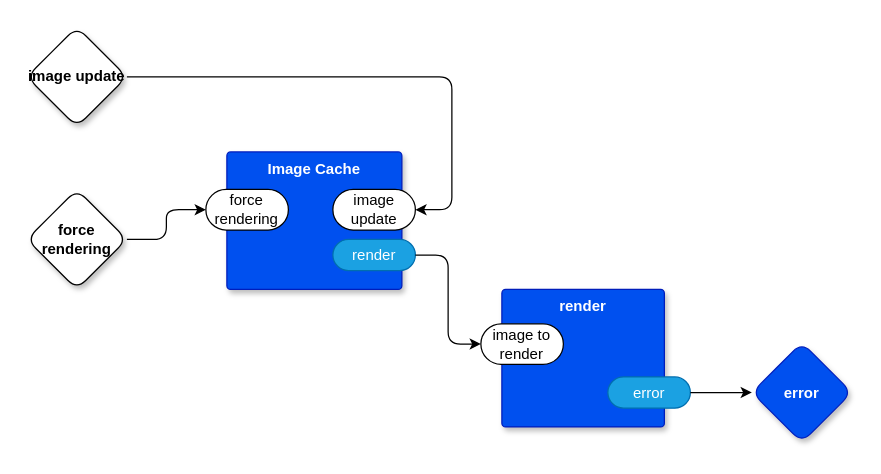
This is page "viewer" (2 of 2) of kartik.drawio from guitarvydas/kartik, a draw.io file, before an edit. Source tidied: cells renumbered, new cells numbered last; positions are measured from the earlier drawing's top-left corner, leaving out a move shared by most shapes. Both pictures are drawn from the tidied source at 125%, with x=0, y=0 at pixel (26, 26).
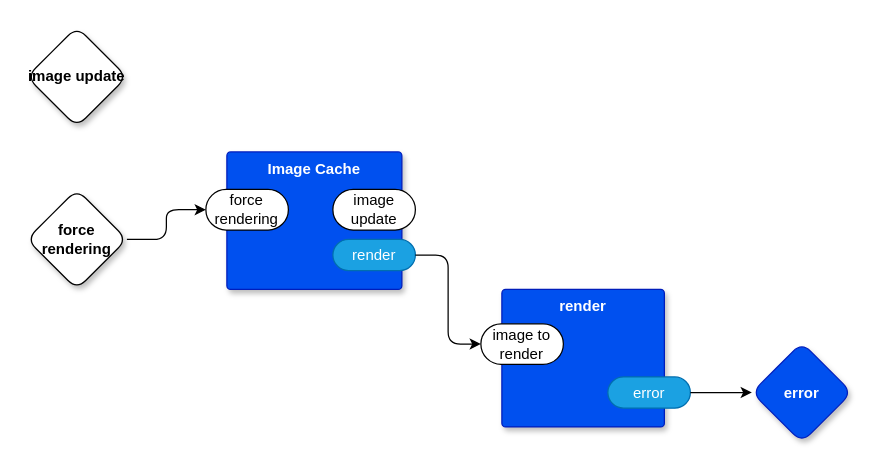
The same page after the edit.

The edit, as a diff of the source:
```diff
@@
 <mxGraphModel>
   <root>
     <mxCell id="0" />
     <mxCell id="1" parent="0" />
     <mxCell id="2" value="Image Cache" style="rounded=1;whiteSpace=wrap;html=1;sketch=0;verticalAlign=top;arcSize=6;fontStyle=1;absoluteArcSize=1;shadow=1;strokeColor=#001DBC;fillColor=#0050ef;fontColor=#ffffff;" parent="1" vertex="1">
       <mxGeometry x="160" y="100" width="140" height="110" as="geometry" />
     </mxCell>
     <mxCell id="3" value="force rendering" style="rounded=1;whiteSpace=wrap;html=1;sketch=0;points=[[0,0.5,0,0,0],[1,0.5,0,0,0]];arcSize=50;" parent="2" vertex="1">
       <mxGeometry x="-16.8" y="30" width="66" height="32.5" as="geometry" />
     </mxCell>
     <mxCell id="4" value="render" style="rounded=1;whiteSpace=wrap;html=1;sketch=0;points=[[0,0.5,0,0,0],[1,0.5,0,0,0]];fillColor=#1ba1e2;fontColor=#ffffff;strokeColor=#006EAF;arcSize=50;" parent="2" vertex="1">
       <mxGeometry x="84.8" y="70" width="66" height="25" as="geometry" />
     </mxCell>
     <mxCell id="5" value="image update" style="rounded=1;whiteSpace=wrap;html=1;sketch=0;points=[[0,0.5,0,0,0],[1,0.5,0,0,0]];arcSize=50;" parent="2" vertex="1">
       <mxGeometry x="84.8" y="30" width="66" height="32.5" as="geometry" />
     </mxCell>
     <mxCell id="6" value="render" style="rounded=1;whiteSpace=wrap;html=1;sketch=0;verticalAlign=top;arcSize=6;fontStyle=1;absoluteArcSize=1;shadow=1;strokeColor=#001DBC;fillColor=#0050ef;fontColor=#ffffff;" parent="1" vertex="1">
       <mxGeometry x="380" y="210" width="130" height="110" as="geometry" />
     </mxCell>
     <mxCell id="7" value="image to render" style="rounded=1;whiteSpace=wrap;html=1;sketch=0;points=[[0,0.5,0,0,0],[1,0.5,0,0,0]];arcSize=50;" parent="6" vertex="1">
       <mxGeometry x="-16.8" y="27.5" width="66" height="32.5" as="geometry" />
     </mxCell>
     <mxCell id="8" value="error" style="rounded=1;whiteSpace=wrap;html=1;sketch=0;points=[[0,0.5,0,0,0],[1,0.5,0,0,0]];fillColor=#1ba1e2;fontColor=#ffffff;strokeColor=#006EAF;arcSize=50;" parent="6" vertex="1">
       <mxGeometry x="84.8" y="70" width="66" height="25" as="geometry" />
     </mxCell>
     <mxCell id="9" style="edgeStyle=orthogonalEdgeStyle;shape=connector;rounded=1;jettySize=auto;html=1;exitX=1;exitY=0.5;exitDx=0;exitDy=0;exitPerimeter=0;entryX=0;entryY=0.5;entryDx=0;entryDy=0;entryPerimeter=0;labelBackgroundColor=default;strokeColor=default;fontFamily=Helvetica;fontSize=11;fontColor=default;endArrow=classic;" parent="1" edge="1" source="4" target="7">
       <mxGeometry relative="1" as="geometry" />
     </mxCell>
     <mxCell id="10" style="edgeStyle=orthogonalEdgeStyle;shape=connector;rounded=1;jettySize=auto;html=1;entryX=0;entryY=0.5;entryDx=0;entryDy=0;entryPerimeter=0;labelBackgroundColor=default;strokeColor=default;fontFamily=Helvetica;fontSize=11;fontColor=default;endArrow=classic;" parent="1" edge="1" source="11" target="3">
       <mxGeometry relative="1" as="geometry" />
     </mxCell>
     <mxCell id="11" value="force rendering" style="rhombus;whiteSpace=wrap;html=1;rounded=1;fontStyle=1;glass=0;sketch=0;fontSize=12;points=[[0,0.5,0,0,0],[0.5,0,0,0,0],[0.5,1,0,0,0],[1,0.5,0,0,0]];shadow=1;fontFamily=Helvetica;fontColor=default;" parent="1" vertex="1">
       <mxGeometry y="130" width="80" height="80" as="geometry" />
     </mxCell>
     <mxCell id="12" value="error" style="rhombus;whiteSpace=wrap;html=1;rounded=1;fillColor=#0050ef;fontColor=#ffffff;strokeColor=#001DBC;fontStyle=1;glass=0;sketch=0;fontSize=12;points=[[0,0.5,0,0,0],[0.5,0,0,0,0],[0.5,1,0,0,0],[1,0.5,0,0,0]];shadow=1;fontFamily=Helvetica;" parent="1" vertex="1">
       <mxGeometry x="580" y="252.5" width="80" height="80" as="geometry" />
     </mxCell>
     <mxCell id="13" style="edgeStyle=orthogonalEdgeStyle;shape=connector;rounded=1;jettySize=auto;html=1;exitX=1;exitY=0.5;exitDx=0;exitDy=0;exitPerimeter=0;labelBackgroundColor=default;strokeColor=default;fontFamily=Helvetica;fontSize=11;fontColor=default;endArrow=classic;" parent="1" edge="1" source="8" target="12">
       <mxGeometry relative="1" as="geometry" />
     </mxCell>
-    <mxCell id="14" style="edgeStyle=orthogonalEdgeStyle;shape=connector;rounded=1;jettySize=auto;html=1;exitX=1;exitY=0.5;exitDx=0;exitDy=0;exitPerimeter=0;entryX=1;entryY=0.5;entryDx=0;entryDy=0;entryPerimeter=0;labelBackgroundColor=default;strokeColor=default;fontFamily=Helvetica;fontSize=11;fontColor=default;endArrow=classic;" parent="1" edge="1" source="15" target="5">
-      <mxGeometry relative="1" as="geometry">
-        <Array as="points">
-          <mxPoint x="340" y="40" />
-          <mxPoint x="340" y="146" />
-        </Array>
-      </mxGeometry>
-    </mxCell>
     <mxCell id="15" value="image update" style="rhombus;whiteSpace=wrap;html=1;rounded=1;fontStyle=1;glass=0;sketch=0;fontSize=12;points=[[0,0.5,0,0,0],[0.5,0,0,0,0],[0.5,1,0,0,0],[1,0.5,0,0,0]];shadow=1;fontFamily=Helvetica;fontColor=default;" parent="1" vertex="1">
       <mxGeometry width="80" height="80" as="geometry" />
     </mxCell>
   </root>
 </mxGraphModel>
```
